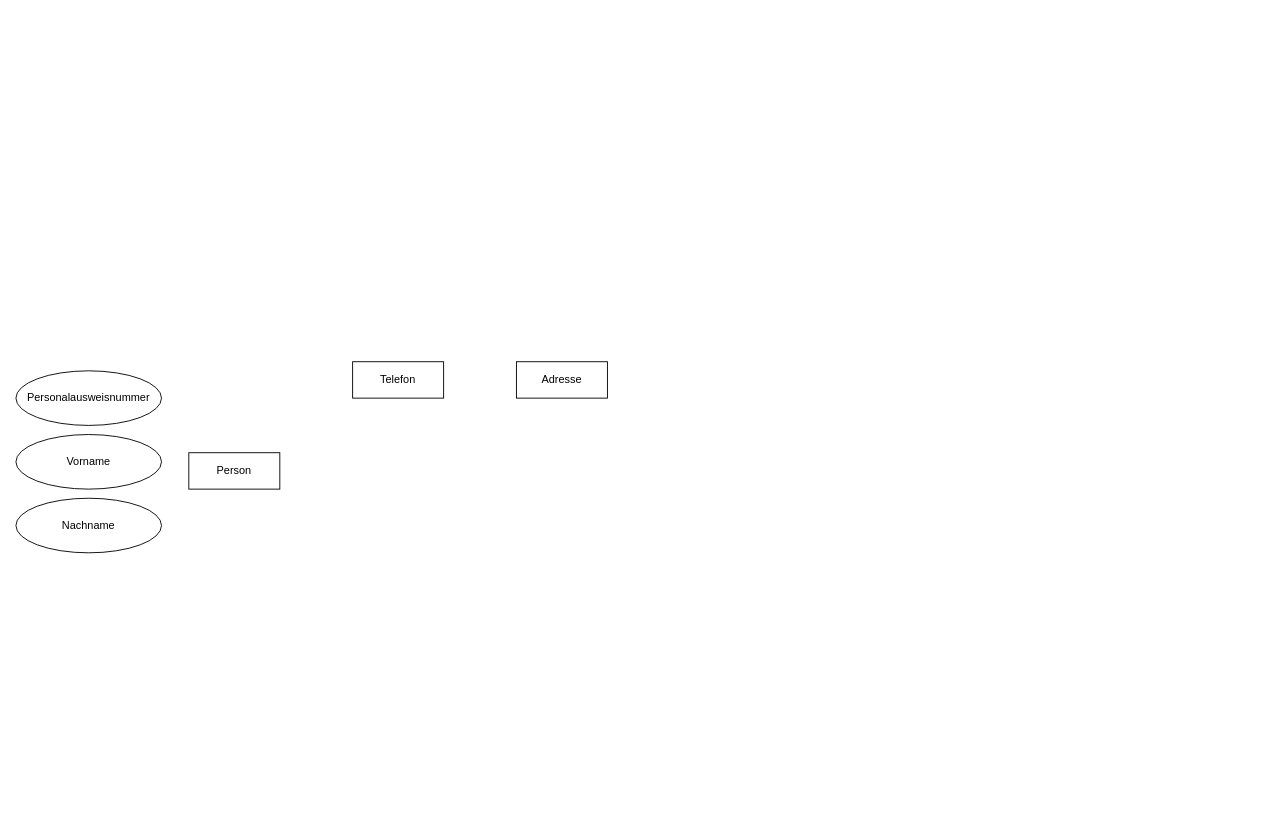
Before: Universitaetsbeispiel.drawio in ingvargundahar/ER_Diagrams, a draw.io diagram. Source tidied: cells renumbered, new cells numbered last; positions are measured from the earlier drawing's top-left corner, leaving out a move shared by most shapes. Both pictures are drawn from the tidied source at 91%, with x=0, y=0 at pixel (15, 361).
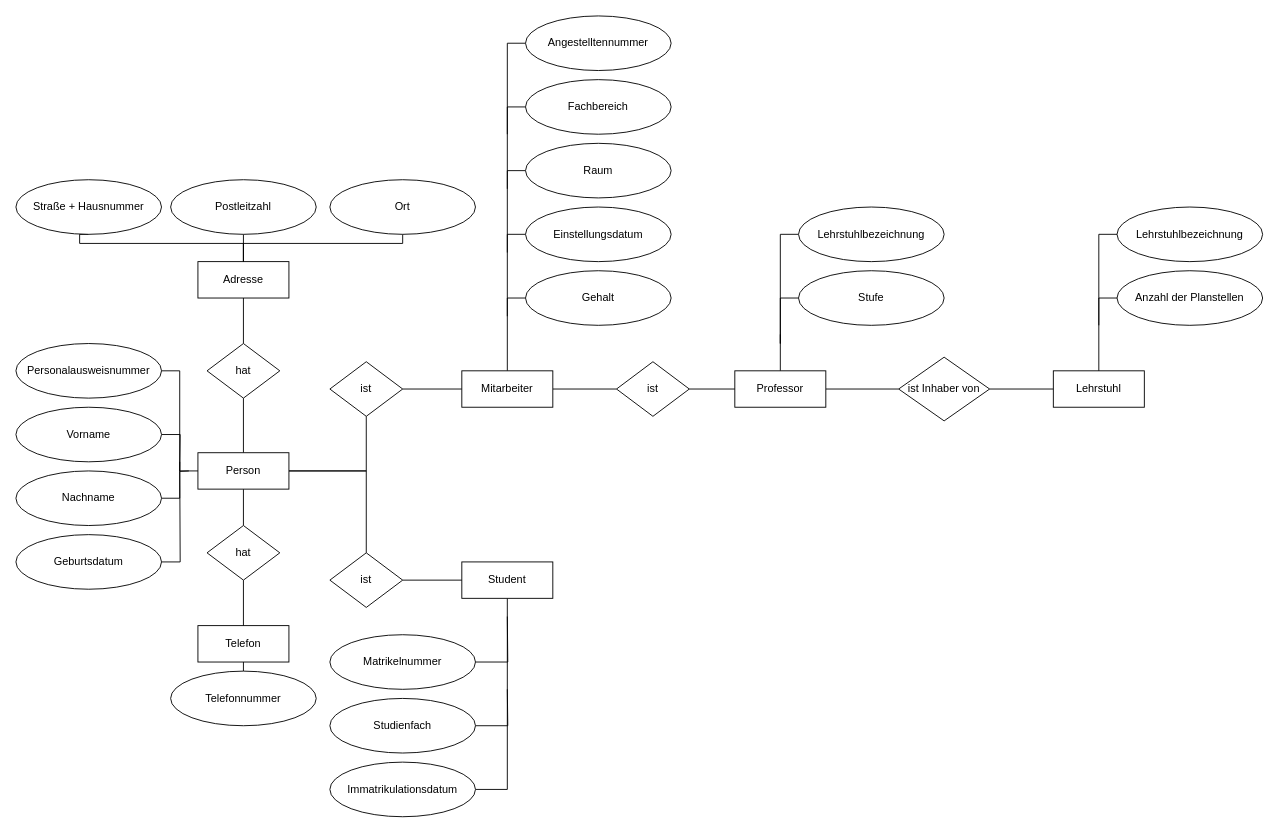
The same page after the edit.

Diff of the diagram source:
```diff
@@
+    <mxCell id="8" style="edgeStyle=orthogonalEdgeStyle;rounded=0;jettySize=auto;html=1;entryX=0.5;entryY=1;entryDx=0;entryDy=0;startArrow=none;startFill=0;endArrow=none;endFill=0;" parent="1" edge="1" source="2" target="34">
+      <mxGeometry relative="1" as="geometry" />
+    </mxCell>
+    <mxCell id="9" style="edgeStyle=orthogonalEdgeStyle;rounded=0;jettySize=auto;html=1;entryX=0.5;entryY=0;entryDx=0;entryDy=0;endArrow=none;endFill=0;" parent="1" edge="1" source="2" target="36">
+      <mxGeometry relative="1" as="geometry" />
+    </mxCell>
+    <mxCell id="10" style="edgeStyle=orthogonalEdgeStyle;rounded=0;jettySize=auto;html=1;exitX=1;exitY=0.5;exitDx=0;exitDy=0;entryX=0.5;entryY=1;entryDx=0;entryDy=0;endArrow=none;endFill=0;" parent="1" edge="1" source="2" target="47">
+      <mxGeometry relative="1" as="geometry" />
+    </mxCell>
+    <mxCell id="11" style="edgeStyle=orthogonalEdgeStyle;rounded=0;jettySize=auto;html=1;exitX=1;exitY=0.5;exitDx=0;exitDy=0;endArrow=none;endFill=0;" parent="1" edge="1" source="2" target="49">
+      <mxGeometry relative="1" as="geometry" />
+    </mxCell>
     <mxCell id="2" value="Person" style="whiteSpace=wrap;html=1;align=center;" parent="1" vertex="1">
-      <mxGeometry x="190" y="100" width="100" height="40" as="geometry" />
+      <mxGeometry x="200" y="100" width="100" height="40" as="geometry" />
     </mxCell>
+    <mxCell id="12" style="edgeStyle=orthogonalEdgeStyle;rounded=0;jettySize=auto;html=1;exitX=0.5;exitY=0;exitDx=0;exitDy=0;entryX=0.5;entryY=1;entryDx=0;entryDy=0;endArrow=none;endFill=0;" parent="1" edge="1" source="3" target="19">
+      <mxGeometry relative="1" as="geometry" />
+    </mxCell>
     <mxCell id="3" value="&lt;div&gt;Adresse&lt;/div&gt;" style="whiteSpace=wrap;html=1;align=center;" parent="1" vertex="1">
-      <mxGeometry x="550" width="100" height="40" as="geometry" />
+      <mxGeometry x="200" y="-110" width="100" height="40" as="geometry" />
     </mxCell>
+    <mxCell id="13" style="edgeStyle=orthogonalEdgeStyle;rounded=0;jettySize=auto;html=1;exitX=0.5;exitY=1;exitDx=0;exitDy=0;entryX=0.5;entryY=0;entryDx=0;entryDy=0;endArrow=none;endFill=0;" parent="1" edge="1" source="4" target="24">
+      <mxGeometry relative="1" as="geometry" />
+    </mxCell>
     <mxCell id="4" value="Telefon" style="whiteSpace=wrap;html=1;align=center;" parent="1" vertex="1">
-      <mxGeometry x="370" width="100" height="40" as="geometry" />
+      <mxGeometry x="200" y="290" width="100" height="40" as="geometry" />
     </mxCell>
+    <mxCell id="14" style="edgeStyle=orthogonalEdgeStyle;rounded=0;jettySize=auto;html=1;entryX=0;entryY=0.5;entryDx=0;entryDy=0;endArrow=none;endFill=0;" parent="1" edge="1" source="5" target="2">
+      <mxGeometry relative="1" as="geometry" />
+    </mxCell>
     <mxCell id="5" value="Personalausweisnummer" style="ellipse;whiteSpace=wrap;html=1;align=center;" parent="1" vertex="1">
-      <mxGeometry y="10" width="160" height="60" as="geometry" />
+      <mxGeometry y="-20" width="160" height="60" as="geometry" />
     </mxCell>
+    <mxCell id="15" style="edgeStyle=orthogonalEdgeStyle;rounded=0;jettySize=auto;html=1;exitX=1;exitY=0.5;exitDx=0;exitDy=0;endArrow=none;endFill=0;" parent="1" edge="1" source="6">
+      <mxGeometry relative="1" as="geometry">
+        <mxPoint x="180" y="120" as="targetPoint" />
+      </mxGeometry>
+    </mxCell>
     <mxCell id="6" value="Vorname" style="ellipse;whiteSpace=wrap;html=1;align=center;" parent="1" vertex="1">
-      <mxGeometry y="80" width="160" height="60" as="geometry" />
+      <mxGeometry y="50" width="160" height="60" as="geometry" />
     </mxCell>
+    <mxCell id="16" style="edgeStyle=orthogonalEdgeStyle;rounded=0;jettySize=auto;html=1;exitX=1;exitY=0.5;exitDx=0;exitDy=0;endArrow=none;endFill=0;" parent="1" edge="1" source="7">
+      <mxGeometry relative="1" as="geometry">
+        <mxPoint x="190" y="120" as="targetPoint" />
+      </mxGeometry>
+    </mxCell>
     <mxCell id="7" value="Nachname" style="ellipse;whiteSpace=wrap;html=1;align=center;" parent="1" vertex="1">
-      <mxGeometry y="150" width="160" height="60" as="geometry" />
+      <mxGeometry y="120" width="160" height="60" as="geometry" />
     </mxCell>
+    <mxCell id="17" style="edgeStyle=orthogonalEdgeStyle;rounded=0;jettySize=auto;html=1;exitX=0.5;exitY=1;exitDx=0;exitDy=0;entryX=0.5;entryY=0;entryDx=0;entryDy=0;endArrow=none;endFill=0;" parent="1" edge="1" source="18" target="3">
+      <mxGeometry relative="1" as="geometry">
+        <Array as="points">
+          <mxPoint x="70" y="-130" />
+          <mxPoint x="250" y="-130" />
+        </Array>
+      </mxGeometry>
+    </mxCell>
+    <mxCell id="18" value="Straße + Hausnummer" style="ellipse;whiteSpace=wrap;html=1;align=center;" parent="1" vertex="1">
+      <mxGeometry y="-200" width="160" height="60" as="geometry" />
+    </mxCell>
+    <mxCell id="19" value="Postleitzahl" style="ellipse;whiteSpace=wrap;html=1;align=center;" parent="1" vertex="1">
+      <mxGeometry x="170" y="-200" width="160" height="60" as="geometry" />
+    </mxCell>
+    <mxCell id="20" style="edgeStyle=orthogonalEdgeStyle;rounded=0;jettySize=auto;html=1;exitX=0.5;exitY=1;exitDx=0;exitDy=0;endArrow=none;endFill=0;" parent="1" edge="1" source="21">
+      <mxGeometry relative="1" as="geometry">
+        <mxPoint x="250" y="-110" as="targetPoint" />
+        <Array as="points">
+          <mxPoint x="425" y="-130" />
+          <mxPoint x="250" y="-130" />
+        </Array>
+      </mxGeometry>
+    </mxCell>
+    <mxCell id="21" value="Ort" style="ellipse;whiteSpace=wrap;html=1;align=center;" parent="1" vertex="1">
+      <mxGeometry x="345" y="-200" width="160" height="60" as="geometry" />
+    </mxCell>
+    <mxCell id="22" style="edgeStyle=orthogonalEdgeStyle;rounded=0;jettySize=auto;html=1;exitX=1;exitY=0.5;exitDx=0;exitDy=0;endArrow=none;endFill=0;" parent="1" edge="1" source="23">
+      <mxGeometry relative="1" as="geometry">
+        <mxPoint x="180" y="110" as="targetPoint" />
+      </mxGeometry>
+    </mxCell>
+    <mxCell id="23" value="Geburtsdatum" style="ellipse;whiteSpace=wrap;html=1;align=center;" parent="1" vertex="1">
+      <mxGeometry y="190" width="160" height="60" as="geometry" />
+    </mxCell>
+    <mxCell id="24" value="Telefonnummer" style="ellipse;whiteSpace=wrap;html=1;align=center;" parent="1" vertex="1">
+      <mxGeometry x="170" y="340" width="160" height="60" as="geometry" />
+    </mxCell>
+    <mxCell id="25" style="edgeStyle=orthogonalEdgeStyle;rounded=0;jettySize=auto;html=1;entryX=0;entryY=0.5;entryDx=0;entryDy=0;endArrow=none;endFill=0;" parent="1" edge="1" source="27" target="37">
+      <mxGeometry relative="1" as="geometry" />
+    </mxCell>
+    <mxCell id="26" style="edgeStyle=orthogonalEdgeStyle;rounded=0;jettySize=auto;html=1;exitX=1;exitY=0.5;exitDx=0;exitDy=0;entryX=0;entryY=0.5;entryDx=0;entryDy=0;endArrow=none;endFill=0;" parent="1" edge="1" source="27" target="51">
+      <mxGeometry relative="1" as="geometry" />
+    </mxCell>
+    <mxCell id="27" value="Mitarbeiter" style="whiteSpace=wrap;html=1;align=center;" parent="1" vertex="1">
+      <mxGeometry x="490" y="10" width="100" height="40" as="geometry" />
+    </mxCell>
+    <mxCell id="28" style="edgeStyle=orthogonalEdgeStyle;rounded=0;jettySize=auto;html=1;exitX=0.5;exitY=1;exitDx=0;exitDy=0;entryX=1;entryY=0.5;entryDx=0;entryDy=0;endArrow=none;endFill=0;" parent="1" edge="1" source="29" target="59">
+      <mxGeometry relative="1" as="geometry" />
+    </mxCell>
+    <mxCell id="29" value="&lt;div&gt;Student&lt;/div&gt;" style="whiteSpace=wrap;html=1;align=center;" parent="1" vertex="1">
+      <mxGeometry x="490" y="220" width="100" height="40" as="geometry" />
+    </mxCell>
+    <mxCell id="30" style="edgeStyle=orthogonalEdgeStyle;rounded=0;jettySize=auto;html=1;exitX=0.5;exitY=0;exitDx=0;exitDy=0;entryX=0;entryY=0.5;entryDx=0;entryDy=0;endArrow=none;endFill=0;" parent="1" edge="1" source="32" target="54">
+      <mxGeometry relative="1" as="geometry" />
+    </mxCell>
+    <mxCell id="31" style="edgeStyle=orthogonalEdgeStyle;rounded=0;jettySize=auto;html=1;exitX=1;exitY=0.5;exitDx=0;exitDy=0;entryX=0;entryY=0.5;entryDx=0;entryDy=0;endArrow=none;endFill=0;" parent="1" edge="1" source="32" target="66">
+      <mxGeometry relative="1" as="geometry" />
+    </mxCell>
+    <mxCell id="32" value="Professor" style="whiteSpace=wrap;html=1;align=center;" parent="1" vertex="1">
+      <mxGeometry x="790" y="10" width="100" height="40" as="geometry" />
+    </mxCell>
+    <mxCell id="33" style="edgeStyle=orthogonalEdgeStyle;rounded=0;jettySize=auto;html=1;entryX=0.5;entryY=1;entryDx=0;entryDy=0;endArrow=none;endFill=0;" parent="1" edge="1" source="34" target="3">
+      <mxGeometry relative="1" as="geometry" />
+    </mxCell>
+    <mxCell id="34" value="hat" style="shape=rhombus;perimeter=rhombusPerimeter;whiteSpace=wrap;html=1;align=center;" parent="1" vertex="1">
+      <mxGeometry x="210" y="-20" width="80" height="60" as="geometry" />
+    </mxCell>
+    <mxCell id="35" style="edgeStyle=orthogonalEdgeStyle;rounded=0;jettySize=auto;html=1;entryX=0.5;entryY=0;entryDx=0;entryDy=0;endArrow=none;endFill=0;" parent="1" edge="1" source="36" target="4">
+      <mxGeometry relative="1" as="geometry" />
+    </mxCell>
+    <mxCell id="36" value="hat" style="shape=rhombus;perimeter=rhombusPerimeter;whiteSpace=wrap;html=1;align=center;" parent="1" vertex="1">
+      <mxGeometry x="210" y="180" width="80" height="60" as="geometry" />
+    </mxCell>
+    <mxCell id="37" value="Angestelltennummer" style="ellipse;whiteSpace=wrap;html=1;align=center;" parent="1" vertex="1">
+      <mxGeometry x="560" y="-380" width="160" height="60" as="geometry" />
+    </mxCell>
+    <mxCell id="38" style="edgeStyle=orthogonalEdgeStyle;rounded=0;jettySize=auto;html=1;exitX=0;exitY=0.5;exitDx=0;exitDy=0;endArrow=none;endFill=0;" parent="1" edge="1" source="39">
+      <mxGeometry relative="1" as="geometry">
+        <mxPoint x="540" y="-250" as="targetPoint" />
+      </mxGeometry>
+    </mxCell>
+    <mxCell id="39" value="Fachbereich" style="ellipse;whiteSpace=wrap;html=1;align=center;" parent="1" vertex="1">
+      <mxGeometry x="560" y="-310" width="160" height="60" as="geometry" />
+    </mxCell>
+    <mxCell id="40" style="edgeStyle=orthogonalEdgeStyle;rounded=0;jettySize=auto;html=1;exitX=0;exitY=0.5;exitDx=0;exitDy=0;endArrow=none;endFill=0;" parent="1" edge="1" source="41">
+      <mxGeometry relative="1" as="geometry">
+        <mxPoint x="540" y="-190" as="targetPoint" />
+      </mxGeometry>
+    </mxCell>
+    <mxCell id="41" value="Raum" style="ellipse;whiteSpace=wrap;html=1;align=center;" parent="1" vertex="1">
+      <mxGeometry x="560" y="-240" width="160" height="60" as="geometry" />
+    </mxCell>
+    <mxCell id="42" style="edgeStyle=orthogonalEdgeStyle;rounded=0;jettySize=auto;html=1;exitX=0;exitY=0.5;exitDx=0;exitDy=0;endArrow=none;endFill=0;" parent="1" edge="1" source="43">
+      <mxGeometry relative="1" as="geometry">
+        <mxPoint x="540" y="-120" as="targetPoint" />
+      </mxGeometry>
+    </mxCell>
+    <mxCell id="43" value="Einstellungsdatum" style="ellipse;whiteSpace=wrap;html=1;align=center;" parent="1" vertex="1">
+      <mxGeometry x="560" y="-170" width="160" height="60" as="geometry" />
+    </mxCell>
+    <mxCell id="44" style="edgeStyle=orthogonalEdgeStyle;rounded=0;jettySize=auto;html=1;exitX=0;exitY=0.5;exitDx=0;exitDy=0;endArrow=none;endFill=0;" parent="1" edge="1" source="45">
+      <mxGeometry relative="1" as="geometry">
+        <mxPoint x="540" y="-50" as="targetPoint" />
+      </mxGeometry>
+    </mxCell>
+    <mxCell id="45" value="Gehalt" style="ellipse;whiteSpace=wrap;html=1;align=center;" parent="1" vertex="1">
+      <mxGeometry x="560" y="-100" width="160" height="60" as="geometry" />
+    </mxCell>
+    <mxCell id="46" style="edgeStyle=orthogonalEdgeStyle;rounded=0;jettySize=auto;html=1;exitX=1;exitY=0.5;exitDx=0;exitDy=0;entryX=0;entryY=0.5;entryDx=0;entryDy=0;endArrow=none;endFill=0;" parent="1" edge="1" source="47" target="27">
+      <mxGeometry relative="1" as="geometry" />
+    </mxCell>
+    <mxCell id="47" value="ist" style="shape=rhombus;perimeter=rhombusPerimeter;whiteSpace=wrap;html=1;align=center;" parent="1" vertex="1">
+      <mxGeometry x="345" width="80" height="60" as="geometry" />
+    </mxCell>
+    <mxCell id="48" style="edgeStyle=orthogonalEdgeStyle;rounded=0;jettySize=auto;html=1;exitX=1;exitY=0.5;exitDx=0;exitDy=0;entryX=0;entryY=0.5;entryDx=0;entryDy=0;endArrow=none;endFill=0;" parent="1" edge="1" source="49" target="29">
+      <mxGeometry relative="1" as="geometry" />
+    </mxCell>
+    <mxCell id="49" value="ist" style="shape=rhombus;perimeter=rhombusPerimeter;whiteSpace=wrap;html=1;align=center;" parent="1" vertex="1">
+      <mxGeometry x="345" y="210" width="80" height="60" as="geometry" />
+    </mxCell>
+    <mxCell id="50" style="edgeStyle=orthogonalEdgeStyle;rounded=0;jettySize=auto;html=1;exitX=1;exitY=0.5;exitDx=0;exitDy=0;entryX=0;entryY=0.5;entryDx=0;entryDy=0;endArrow=none;endFill=0;" parent="1" edge="1" source="51" target="32">
+      <mxGeometry relative="1" as="geometry" />
+    </mxCell>
+    <mxCell id="51" value="ist" style="shape=rhombus;perimeter=rhombusPerimeter;whiteSpace=wrap;html=1;align=center;" parent="1" vertex="1">
+      <mxGeometry x="660" width="80" height="60" as="geometry" />
+    </mxCell>
+    <mxCell id="52" style="edgeStyle=orthogonalEdgeStyle;rounded=0;jettySize=auto;html=1;exitX=0;exitY=0.5;exitDx=0;exitDy=0;endArrow=none;endFill=0;" parent="1" edge="1" source="53">
+      <mxGeometry relative="1" as="geometry">
+        <mxPoint x="840" y="-30" as="targetPoint" />
+      </mxGeometry>
+    </mxCell>
+    <mxCell id="53" value="Stufe" style="ellipse;whiteSpace=wrap;html=1;align=center;" parent="1" vertex="1">
+      <mxGeometry x="860" y="-100" width="160" height="60" as="geometry" />
+    </mxCell>
+    <mxCell id="54" value="Lehrstuhlbezeichnung" style="ellipse;whiteSpace=wrap;html=1;align=center;" parent="1" vertex="1">
+      <mxGeometry x="860" y="-170" width="160" height="60" as="geometry" />
+    </mxCell>
+    <mxCell id="55" style="edgeStyle=orthogonalEdgeStyle;rounded=0;jettySize=auto;html=1;exitX=1;exitY=0.5;exitDx=0;exitDy=0;endArrow=none;endFill=0;" parent="1" edge="1" source="56">
+      <mxGeometry relative="1" as="geometry">
+        <mxPoint x="540" y="360" as="targetPoint" />
+      </mxGeometry>
+    </mxCell>
+    <mxCell id="56" value="Studienfach" style="ellipse;whiteSpace=wrap;html=1;align=center;" parent="1" vertex="1">
+      <mxGeometry x="345" y="370" width="160" height="60" as="geometry" />
+    </mxCell>
+    <mxCell id="57" style="edgeStyle=orthogonalEdgeStyle;rounded=0;jettySize=auto;html=1;exitX=1;exitY=0.5;exitDx=0;exitDy=0;endArrow=none;endFill=0;" parent="1" edge="1" source="58">
+      <mxGeometry relative="1" as="geometry">
+        <mxPoint x="540" y="280" as="targetPoint" />
+      </mxGeometry>
+    </mxCell>
+    <mxCell id="58" value="Matrikelnummer" style="ellipse;whiteSpace=wrap;html=1;align=center;" parent="1" vertex="1">
+      <mxGeometry x="345" y="300" width="160" height="60" as="geometry" />
+    </mxCell>
+    <mxCell id="59" value="&lt;div&gt;Immatrikulationsdatum&lt;/div&gt;" style="ellipse;whiteSpace=wrap;html=1;align=center;" parent="1" vertex="1">
+      <mxGeometry x="345" y="440" width="160" height="60" as="geometry" />
+    </mxCell>
+    <mxCell id="60" value="&lt;div&gt;Lehrstuhl&lt;/div&gt;" style="whiteSpace=wrap;html=1;align=center;" parent="1" vertex="1">
+      <mxGeometry x="1140" y="10" width="100" height="40" as="geometry" />
+    </mxCell>
+    <mxCell id="61" style="edgeStyle=orthogonalEdgeStyle;rounded=0;jettySize=auto;html=1;exitX=0;exitY=0.5;exitDx=0;exitDy=0;endArrow=none;endFill=0;" parent="1" edge="1" source="62">
+      <mxGeometry relative="1" as="geometry">
+        <mxPoint x="1190" y="-40" as="targetPoint" />
+      </mxGeometry>
+    </mxCell>
+    <mxCell id="62" value="Anzahl der Planstellen" style="ellipse;whiteSpace=wrap;html=1;align=center;" parent="1" vertex="1">
+      <mxGeometry x="1210" y="-100" width="160" height="60" as="geometry" />
+    </mxCell>
+    <mxCell id="63" style="edgeStyle=orthogonalEdgeStyle;rounded=0;jettySize=auto;html=1;exitX=0;exitY=0.5;exitDx=0;exitDy=0;entryX=0.5;entryY=0;entryDx=0;entryDy=0;endArrow=none;endFill=0;" parent="1" edge="1" source="64" target="60">
+      <mxGeometry relative="1" as="geometry" />
+    </mxCell>
+    <mxCell id="64" value="Lehrstuhlbezeichnung" style="ellipse;whiteSpace=wrap;html=1;align=center;" parent="1" vertex="1">
+      <mxGeometry x="1210" y="-170" width="160" height="60" as="geometry" />
+    </mxCell>
+    <mxCell id="65" style="edgeStyle=orthogonalEdgeStyle;rounded=0;jettySize=auto;html=1;exitX=1;exitY=0.5;exitDx=0;exitDy=0;entryX=0;entryY=0.5;entryDx=0;entryDy=0;endArrow=none;endFill=0;" parent="1" edge="1" source="66" target="60">
+      <mxGeometry relative="1" as="geometry" />
+    </mxCell>
+    <mxCell id="66" value="ist Inhaber von" style="shape=rhombus;perimeter=rhombusPerimeter;whiteSpace=wrap;html=1;align=center;" parent="1" vertex="1">
+      <mxGeometry x="970" y="-5" width="100" height="70" as="geometry" />
+    </mxCell>
```
